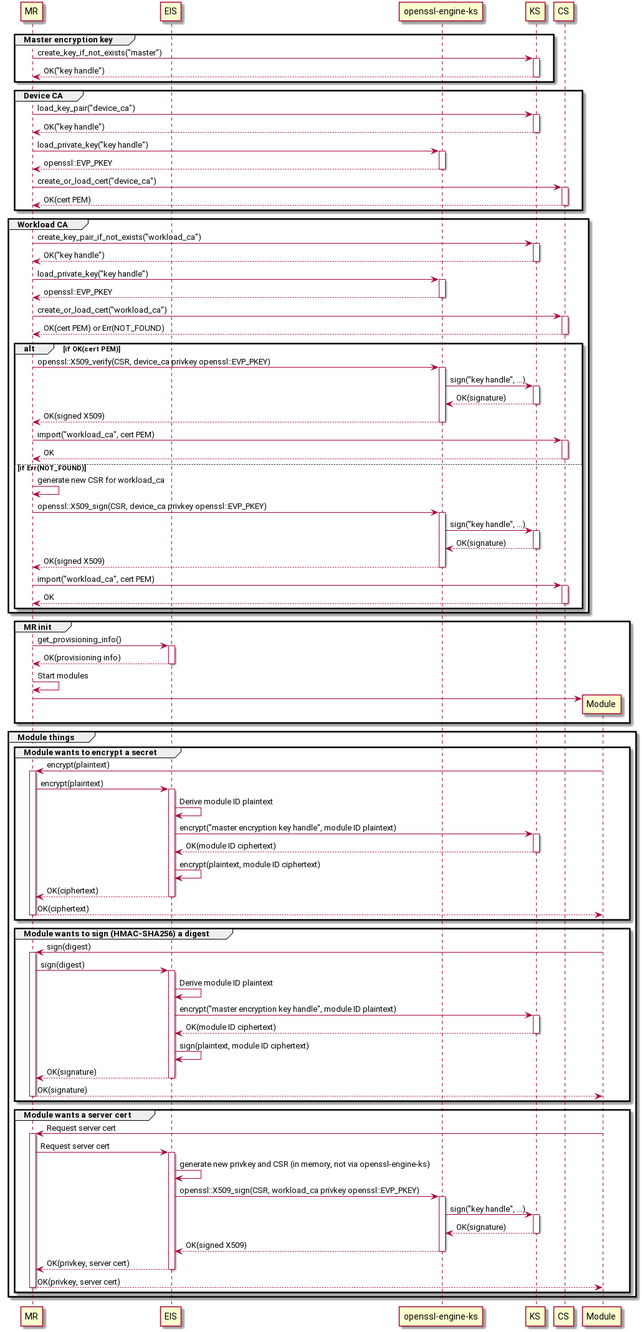
varunpuranik/edgev2 keeps this PlantUML diagram as operation-mr-deviceca.png. Above is the earlier version. Its diagram source:
```plantuml
@startuml


participant MR
participant EIS
participant "openssl-engine-ks"
participant KS
participant CS
participant Module


group Master encryption key
	MR -> KS ++: create_key_if_not_exists("master")
	return OK("key handle")
end

group Device CA
	MR -> KS ++: load_key_pair("device_ca")
	return OK("key handle")
	MR -> "openssl-engine-ks" ++: load_private_key("key handle")
	return openssl::EVP_PKEY
	MR -> CS ++: create_or_load_cert("device_ca")
	return OK(cert PEM)
end


group Workload CA
	MR -> KS ++: create_key_pair_if_not_exists("workload_ca")
	return OK("key handle")
	MR -> "openssl-engine-ks" ++: load_private_key("key handle")
	return openssl::EVP_PKEY
	MR -> CS ++: create_or_load_cert("workload_ca")
	return OK(cert PEM) or Err(NOT_FOUND)

	alt if OK(cert PEM)
		MR -> "openssl-engine-ks" ++: openssl::X509_verify(CSR, device_ca privkey openssl::EVP_PKEY)
		"openssl-engine-ks" -> KS ++: sign("key handle", ...)
		return OK(signature)
		return OK(signed X509)
		MR -> CS ++: import("workload_ca", cert PEM)
		return OK

	else if Err(NOT_FOUND)
		MR -> MR: generate new CSR for workload_ca
		MR -> "openssl-engine-ks" ++: openssl::X509_sign(CSR, device_ca privkey openssl::EVP_PKEY)
		"openssl-engine-ks" -> KS ++: sign("key handle", ...)
		return OK(signature)
		return OK(signed X509)
		MR -> CS ++: import("workload_ca", cert PEM)
		return OK
	end
end


group MR init
	MR -> EIS ++: get_provisioning_info()
	return OK(provisioning info)

	MR -> MR: Start modules
	MR -> Module **
end


group Module things
	group Module wants to encrypt a secret
		Module -> MR ++: encrypt(plaintext)
		MR -> EIS ++: encrypt(plaintext)
		EIS -> EIS: Derive module ID plaintext
		EIS -> KS ++: encrypt("master encryption key handle", module ID plaintext)
		return OK(module ID ciphertext)
		EIS -> EIS: encrypt(plaintext, module ID ciphertext)
		return OK(ciphertext)
		return OK(ciphertext)
	end

	group Module wants to sign (HMAC-SHA256) a digest
		Module -> MR ++: sign(digest)
		MR -> EIS ++: sign(digest)
		EIS -> EIS: Derive module ID plaintext
		EIS -> KS ++: encrypt("master encryption key handle", module ID plaintext)
		return OK(module ID ciphertext)
		EIS -> EIS: sign(plaintext, module ID ciphertext)
		return OK(signature)
		return OK(signature)
	end

	group Module wants a server cert
		Module -> MR ++: Request server cert
		MR -> EIS ++: Request server cert
		EIS -> EIS: generate new privkey and CSR (in memory, not via openssl-engine-ks)
		EIS -> "openssl-engine-ks" ++: openssl::X509_sign(CSR, workload_ca privkey openssl::EVP_PKEY)
		"openssl-engine-ks" -> KS ++: sign("key handle", ...)
		return OK(signature)
		return OK(signed X509)
		return OK(privkey, server cert)
		return OK(privkey, server cert)
	end
end


@enduml
```
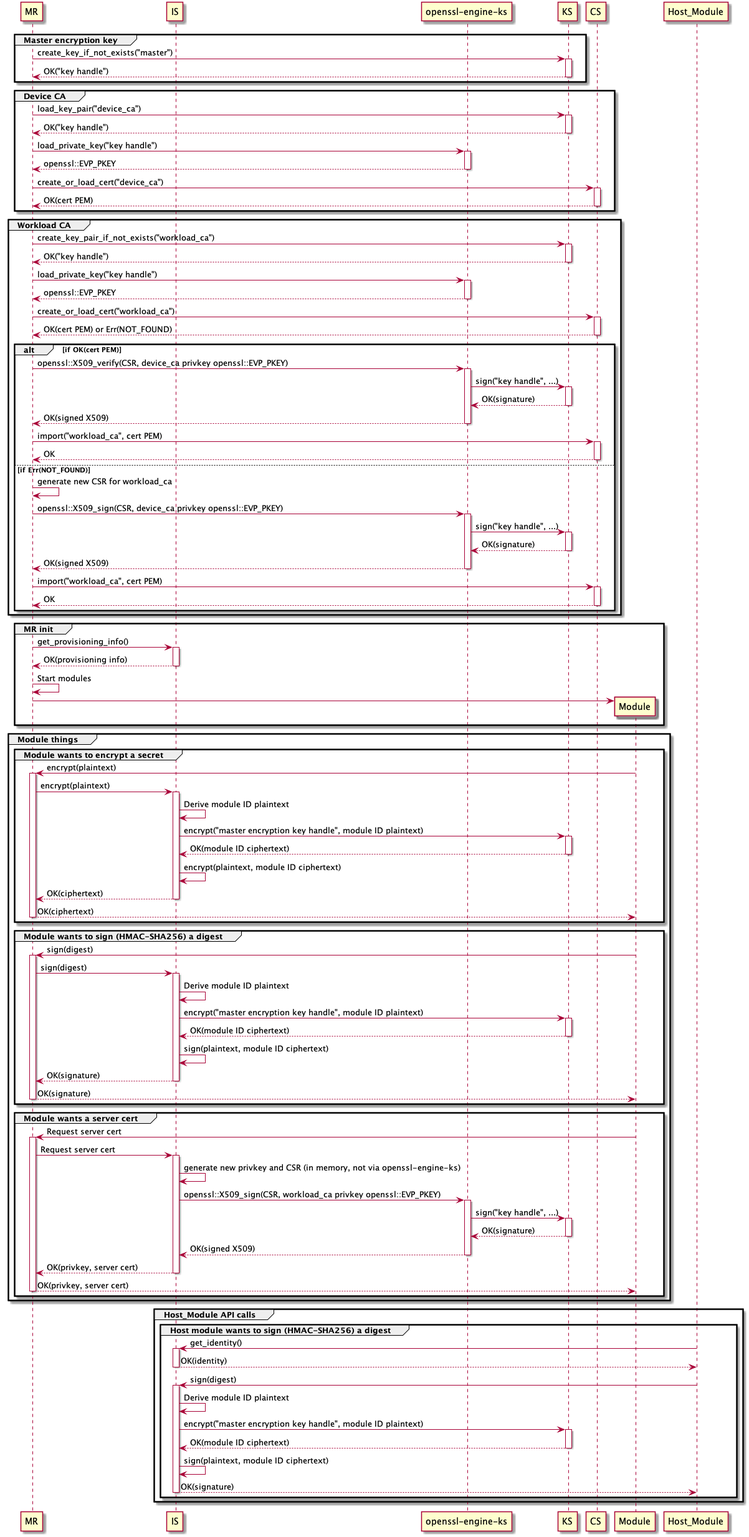
The same diagram one commit later.

The edit, as a diff of the source:
```diff
@@ -2,11 +2,12 @@
 
 
 participant MR
-participant EIS
+participant IS
 participant "openssl-engine-ks"
 participant KS
 participant CS
 participant Module
+participant Host_Module
 
 
 group Master encryption key
@@ -22,7 +23,6 @@
 	MR -> CS ++: create_or_load_cert("device_ca")
 	return OK(cert PEM)
 end
-
 
 group Workload CA
 	MR -> KS ++: create_key_pair_if_not_exists("workload_ca")
@@ -51,44 +51,42 @@
 	end
 end
 
-
 group MR init
-	MR -> EIS ++: get_provisioning_info()
+	MR -> IS ++: get_provisioning_info()
 	return OK(provisioning info)
 
 	MR -> MR: Start modules
 	MR -> Module **
 end
 
-
 group Module things
 	group Module wants to encrypt a secret
 		Module -> MR ++: encrypt(plaintext)
-		MR -> EIS ++: encrypt(plaintext)
-		EIS -> EIS: Derive module ID plaintext
-		EIS -> KS ++: encrypt("master encryption key handle", module ID plaintext)
+		MR -> IS ++: encrypt(plaintext)
+		IS -> IS: Derive module ID plaintext
+		IS -> KS ++: encrypt("master encryption key handle", module ID plaintext)
 		return OK(module ID ciphertext)
-		EIS -> EIS: encrypt(plaintext, module ID ciphertext)
+		IS -> IS: encrypt(plaintext, module ID ciphertext)
 		return OK(ciphertext)
 		return OK(ciphertext)
 	end
 
 	group Module wants to sign (HMAC-SHA256) a digest
 		Module -> MR ++: sign(digest)
-		MR -> EIS ++: sign(digest)
-		EIS -> EIS: Derive module ID plaintext
-		EIS -> KS ++: encrypt("master encryption key handle", module ID plaintext)
+		MR -> IS ++: sign(digest)
+		IS -> IS: Derive module ID plaintext
+		IS -> KS ++: encrypt("master encryption key handle", module ID plaintext)
 		return OK(module ID ciphertext)
-		EIS -> EIS: sign(plaintext, module ID ciphertext)
+		IS -> IS: sign(plaintext, module ID ciphertext)
 		return OK(signature)
 		return OK(signature)
 	end
 
 	group Module wants a server cert
 		Module -> MR ++: Request server cert
-		MR -> EIS ++: Request server cert
-		EIS -> EIS: generate new privkey and CSR (in memory, not via openssl-engine-ks)
-		EIS -> "openssl-engine-ks" ++: openssl::X509_sign(CSR, workload_ca privkey openssl::EVP_PKEY)
+		MR -> IS ++: Request server cert
+		IS -> IS: generate new privkey and CSR (in memory, not via openssl-engine-ks)
+		IS -> "openssl-engine-ks" ++: openssl::X509_sign(CSR, workload_ca privkey openssl::EVP_PKEY)
 		"openssl-engine-ks" -> KS ++: sign("key handle", ...)
 		return OK(signature)
 		return OK(signed X509)
@@ -97,5 +95,18 @@
 	end
 end
 
+group Host_Module API calls
+	group Host module wants to sign (HMAC-SHA256) a digest
+		Host_Module -> IS ++: get_identity()
+		return OK(identity)
+		Host_Module -> IS ++: sign(digest)
+		IS -> IS: Derive module ID plaintext
+		IS -> KS ++: encrypt("master encryption key handle", module ID plaintext)
+		return OK(module ID ciphertext)
+		IS -> IS: sign(plaintext, module ID ciphertext)
+		return OK(signature)
+	end
+end
+
 
 @enduml
```
